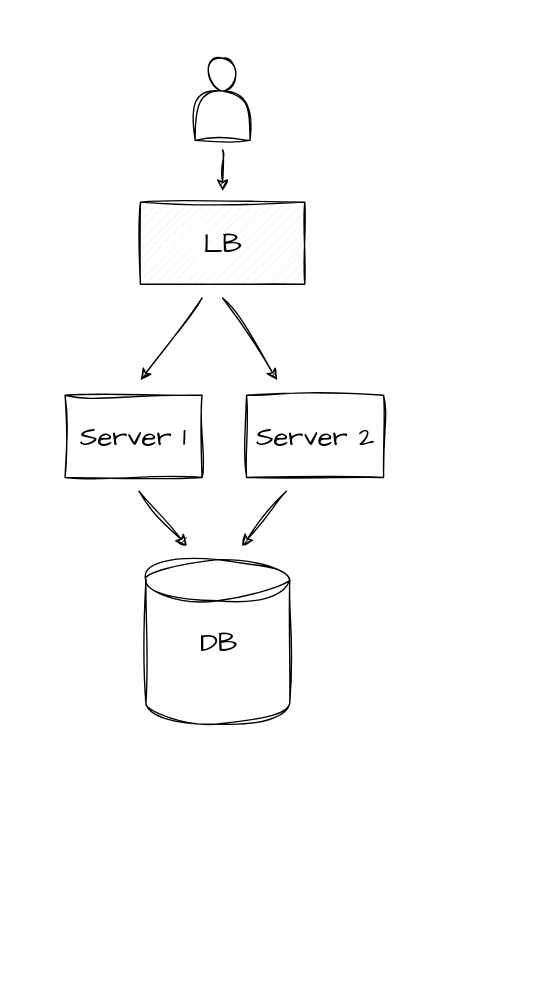
fpjunqueira/budget-planner keeps this draw.io diagram as System Design.drawio. Above is the earlier version. Source tidied: cells renumbered, new cells numbered last; positions are measured from the earlier drawing's top-left corner, leaving out a move shared by most shapes. Both pictures are drawn from the tidied source at 137%, with x=0, y=0 at pixel (64, 58).
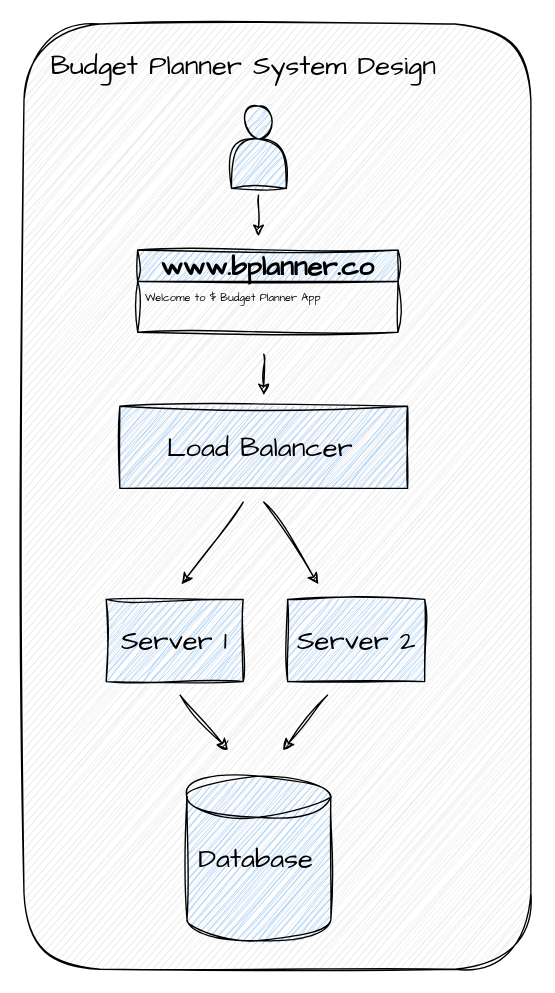
After the change.

Change to the diagram source:
```diff
@@
+    <mxCell id="14" style="rounded=1;whiteSpace=wrap;html=1;sketch=1;hachureGap=4;jiggle=2;curveFitting=1;fontFamily=Architects Daughter;fontSize=20;fillColor=#E6E6E6;" parent="1" vertex="1">
+      <mxGeometry x="-30" y="-25" width="370" height="690" as="geometry" />
+    </mxCell>
+    <mxCell id="4" style="verticalLabelPosition=bottom;verticalAlign=top;html=1;shape=mxgraph.basic.patternFillRect;fillStyle=diag;step=5;fillStrokeWidth=0.2;fillStrokeColor=#dddddd;sketch=1;hachureGap=4;jiggle=2;curveFitting=1;fontFamily=Architects Daughter;fontSize=20;fillColor=#99CCFF;" parent="1" vertex="1">
+      <mxGeometry x="40" y="254" width="210" height="60" as="geometry" />
+    </mxCell>
-    <mxCell id="2" style="shape=cylinder3;whiteSpace=wrap;html=1;boundedLbl=1;backgroundOutline=1;size=15;sketch=1;hachureGap=4;jiggle=2;curveFitting=1;fontFamily=Architects Daughter;fontSize=20;" parent="1" vertex="1">
-      <mxGeometry x="59" y="366" width="105" height="120" as="geometry" />
+    <mxCell id="2" style="shape=cylinder3;whiteSpace=wrap;html=1;boundedLbl=1;backgroundOutline=1;size=15;sketch=1;hachureGap=4;jiggle=2;curveFitting=1;fontFamily=Architects Daughter;fontSize=20;fillColor=#99CCFF;" parent="1" vertex="1">
+      <mxGeometry x="89" y="524" width="105" height="120" as="geometry" />
     </mxCell>
-    <mxCell id="3" value="DB" style="text;html=1;align=center;verticalAlign=middle;strokeColor=none;fillColor=none;fontSize=20;fontFamily=Architects Daughter;" parent="1" vertex="1">
-      <mxGeometry x="86.5" y="406" width="50" height="40" as="geometry" />
-    </mxCell>
-    <mxCell id="4" style="verticalLabelPosition=bottom;verticalAlign=top;html=1;shape=mxgraph.basic.patternFillRect;fillStyle=diag;step=5;fillStrokeWidth=0.2;fillStrokeColor=#dddddd;sketch=1;hachureGap=4;jiggle=2;curveFitting=1;fontFamily=Architects Daughter;fontSize=20;" parent="1" vertex="1">
-      <mxGeometry x="55" y="105" width="120" height="60" as="geometry" />
-    </mxCell>
-    <mxCell id="5" value="LB" style="text;html=1;align=center;verticalAlign=middle;strokeColor=none;fillColor=none;fontSize=20;fontFamily=Architects Daughter;" parent="1" vertex="1">
-      <mxGeometry x="90" y="115" width="50" height="40" as="geometry" />
-    </mxCell>
-    <mxCell id="6" value="Server 1" style="whiteSpace=wrap;html=1;align=center;verticalAlign=middle;sketch=1;hachureGap=4;jiggle=2;curveFitting=1;fontFamily=Architects Daughter;fontSize=20;" parent="1" vertex="1">
-      <mxGeometry y="246" width="100" height="60" as="geometry" />
+    <mxCell id="6" value="Server 1" style="whiteSpace=wrap;html=1;align=center;verticalAlign=middle;sketch=1;hachureGap=4;jiggle=2;curveFitting=1;fontFamily=Architects Daughter;fontSize=20;fillColor=#99CCFF;" parent="1" vertex="1">
+      <mxGeometry x="30" y="395" width="100" height="60" as="geometry" />
     </mxCell>
-    <mxCell id="7" value="Server 2" style="whiteSpace=wrap;html=1;align=center;verticalAlign=middle;sketch=1;hachureGap=4;jiggle=2;curveFitting=1;fontFamily=Architects Daughter;fontSize=20;" parent="1" vertex="1">
-      <mxGeometry x="132.5" y="246" width="100" height="60" as="geometry" />
+    <mxCell id="7" value="Server 2" style="whiteSpace=wrap;html=1;align=center;verticalAlign=middle;sketch=1;hachureGap=4;jiggle=2;curveFitting=1;fontFamily=Architects Daughter;fontSize=20;fillColor=#99CCFF;" parent="1" vertex="1">
+      <mxGeometry x="162.5" y="395" width="100" height="60" as="geometry" />
     </mxCell>
-    <mxCell id="8" style="shape=actor;whiteSpace=wrap;html=1;sketch=1;hachureGap=4;jiggle=2;curveFitting=1;fontFamily=Architects Daughter;fontSize=20;" parent="1" vertex="1">
-      <mxGeometry x="95" width="40" height="60" as="geometry" />
+    <mxCell id="8" style="shape=actor;whiteSpace=wrap;html=1;sketch=1;hachureGap=4;jiggle=2;curveFitting=1;fontFamily=Architects Daughter;fontSize=20;fillColor=#99CCFF;" parent="1" vertex="1">
+      <mxGeometry x="121.5" y="35" width="40" height="60" as="geometry" />
     </mxCell>
-    <mxCell id="9" style="endArrow=classic;html=1;rounded=0;sketch=1;hachureGap=4;jiggle=2;curveFitting=1;fontFamily=Architects Daughter;fontSize=16;" parent="1" edge="1">
+    <mxCell id="9" style="endArrow=classic;html=1;rounded=0;sketch=1;hachureGap=4;jiggle=2;curveFitting=1;fontFamily=Architects Daughter;fontSize=16;fillColor=#99CCFF;" parent="1" edge="1">
       <mxGeometry relative="1" as="geometry">
-        <mxPoint x="115" y="175" as="sourcePoint" />
-        <mxPoint x="155" y="235" as="targetPoint" />
+        <mxPoint x="145" y="324" as="sourcePoint" />
+        <mxPoint x="185" y="384" as="targetPoint" />
       </mxGeometry>
     </mxCell>
-    <mxCell id="10" style="endArrow=classic;html=1;rounded=0;sketch=1;hachureGap=4;jiggle=2;curveFitting=1;fontFamily=Architects Daughter;fontSize=16;" parent="1" edge="1">
+    <mxCell id="10" style="endArrow=classic;html=1;rounded=0;sketch=1;hachureGap=4;jiggle=2;curveFitting=1;fontFamily=Architects Daughter;fontSize=16;fillColor=#99CCFF;" parent="1" edge="1">
       <mxGeometry relative="1" as="geometry">
-        <mxPoint x="100" y="175" as="sourcePoint" />
-        <mxPoint x="55" y="235" as="targetPoint" />
+        <mxPoint x="130" y="324" as="sourcePoint" />
+        <mxPoint x="85" y="384" as="targetPoint" />
       </mxGeometry>
     </mxCell>
-    <mxCell id="11" style="endArrow=classic;html=1;rounded=0;sketch=1;hachureGap=4;jiggle=2;curveFitting=1;fontFamily=Architects Daughter;fontSize=16;" parent="1" edge="1">
+    <mxCell id="11" style="endArrow=classic;html=1;rounded=0;sketch=1;hachureGap=4;jiggle=2;curveFitting=1;fontFamily=Architects Daughter;fontSize=16;fillColor=#99CCFF;" parent="1" edge="1">
       <mxGeometry relative="1" as="geometry">
-        <mxPoint x="54" y="316" as="sourcePoint" />
-        <mxPoint x="89" y="356" as="targetPoint" />
+        <mxPoint x="84" y="465" as="sourcePoint" />
+        <mxPoint x="119" y="505" as="targetPoint" />
       </mxGeometry>
     </mxCell>
-    <mxCell id="12" style="endArrow=classic;html=1;rounded=0;sketch=1;hachureGap=4;jiggle=2;curveFitting=1;fontFamily=Architects Daughter;fontSize=16;" parent="1" edge="1">
+    <mxCell id="12" style="endArrow=classic;html=1;rounded=0;sketch=1;hachureGap=4;jiggle=2;curveFitting=1;fontFamily=Architects Daughter;fontSize=16;fillColor=#99CCFF;" parent="1" edge="1">
       <mxGeometry relative="1" as="geometry">
-        <mxPoint x="161.5" y="316" as="sourcePoint" />
-        <mxPoint x="129" y="356" as="targetPoint" />
+        <mxPoint x="191.5" y="465" as="sourcePoint" />
+        <mxPoint x="159" y="505" as="targetPoint" />
       </mxGeometry>
     </mxCell>
-    <mxCell id="13" style="endArrow=classic;html=1;rounded=0;sketch=1;hachureGap=4;jiggle=2;curveFitting=1;fontFamily=Architects Daughter;fontSize=16;" parent="1" edge="1">
+    <mxCell id="13" style="endArrow=classic;html=1;rounded=0;sketch=1;hachureGap=4;jiggle=2;curveFitting=1;fontFamily=Architects Daughter;fontSize=16;fillColor=#99CCFF;" parent="1" edge="1">
       <mxGeometry relative="1" as="geometry">
-        <mxPoint x="115" y="67" as="sourcePoint" />
-        <mxPoint x="115" y="97" as="targetPoint" />
+        <mxPoint x="145" y="216" as="sourcePoint" />
+        <mxPoint x="145" y="246" as="targetPoint" />
       </mxGeometry>
     </mxCell>
+    <mxCell id="15" value="Database" style="text;html=1;align=center;verticalAlign=middle;strokeColor=none;fillColor=none;fontSize=20;fontFamily=Architects Daughter;" parent="1" vertex="1">
+      <mxGeometry x="84" y="564" width="110" height="40" as="geometry" />
+    </mxCell>
+    <mxCell id="16" value="Load Balancer" style="text;html=1;align=center;verticalAlign=middle;strokeColor=none;fillColor=none;fontSize=20;fontFamily=Architects Daughter;" parent="1" vertex="1">
+      <mxGeometry x="61.5" y="264" width="160" height="40" as="geometry" />
+    </mxCell>
+    <mxCell id="17" value="www.bplanner.co" style="swimlane;whiteSpace=wrap;html=1;sketch=1;hachureGap=4;jiggle=2;curveFitting=1;fontFamily=Architects Daughter;fontSize=20;fillColor=#99CCFF;" parent="1" vertex="1">
+      <mxGeometry x="53" y="140" width="190" height="60" as="geometry" />
+    </mxCell>
+    <mxCell id="18" value="Welcome to $ Budget Planner App&amp;nbsp;" style="text;html=1;align=center;verticalAlign=middle;strokeColor=none;fillColor=none;fontSize=8;fontFamily=Architects Daughter;" parent="17" vertex="1">
+      <mxGeometry x="-4" y="24.5" width="150" height="20" as="geometry" />
+    </mxCell>
+    <mxCell id="19" style="endArrow=classic;html=1;rounded=0;sketch=1;hachureGap=4;jiggle=2;curveFitting=1;fontFamily=Architects Daughter;fontSize=16;fillColor=#99CCFF;" parent="1" edge="1">
+      <mxGeometry relative="1" as="geometry">
+        <mxPoint x="141.2" y="100" as="sourcePoint" />
+        <mxPoint x="141.2" y="130" as="targetPoint" />
+      </mxGeometry>
+    </mxCell>
+    <mxCell id="20" value="Budget Planner System Design" style="text;html=1;align=center;verticalAlign=middle;strokeColor=none;fillColor=none;fontSize=20;fontFamily=Architects Daughter;" parent="1" vertex="1">
+      <mxGeometry x="-20" y="-15" width="300" height="40" as="geometry" />
+    </mxCell>
```
